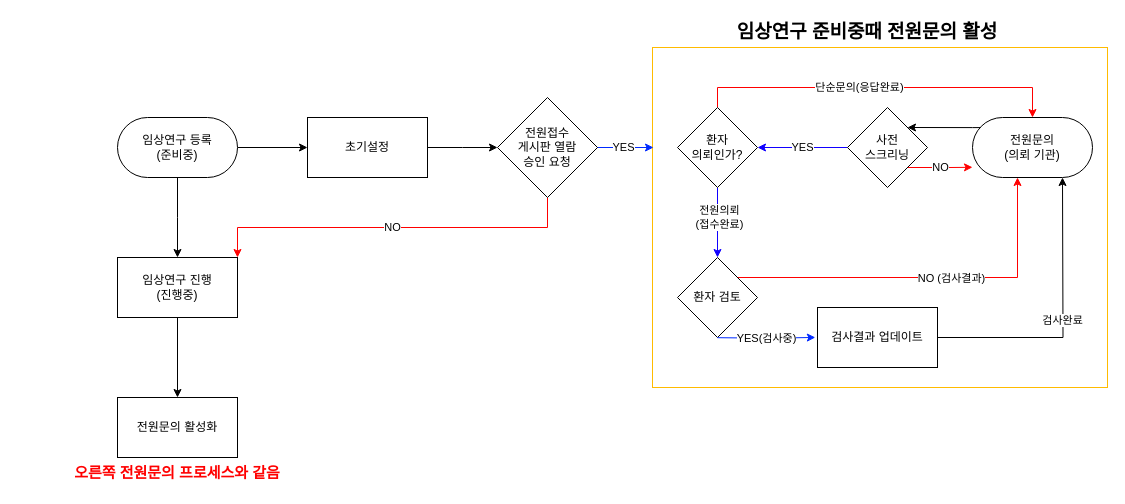
Mark1237200/Projects keeps this draw.io diagram as page "Process-간단" (2 of 2) of Algo/withSystem.drawio. Above is the earlier version. Source tidied: cells renumbered, new cells numbered last; positions are measured from the earlier drawing's top-left corner, leaving out a move shared by most shapes. Both pictures are drawn from the tidied source at 100%, with x=0, y=0 at pixel (17, 17).
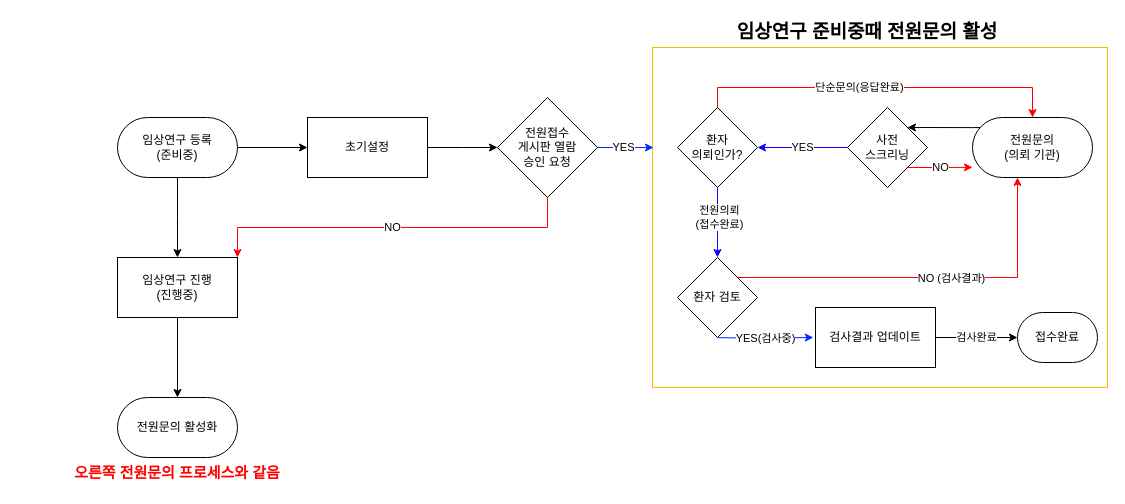
The same page after the edit.

What changed in the source:
```diff
@@
-    <mxCell id="24" value="검사완료" style="edgeStyle=orthogonalEdgeStyle;rounded=0;jettySize=auto;html=1;exitX=1;exitY=0.5;exitDx=0;exitDy=0;entryX=0.75;entryY=1;entryDx=0;entryDy=0;" parent="1" edge="1" source="25">
+    <mxCell id="24" value="검사완료" style="edgeStyle=orthogonalEdgeStyle;rounded=0;jettySize=auto;html=1;exitX=1;exitY=0.5;exitDx=0;exitDy=0;" parent="1" edge="1" source="25">
       <mxGeometry relative="1" as="geometry">
-        <mxPoint x="1045" y="160" as="targetPoint" />
+        <mxPoint x="1000" y="320" as="targetPoint" />
       </mxGeometry>
     </mxCell>
     <mxCell id="25" value="검사결과 업데이트" style="whiteSpace=wrap;html=1;rounded=0;" parent="1" vertex="1">
-      <mxGeometry x="800" y="290" width="120" height="60" as="geometry" />
+      <mxGeometry x="798" y="290" width="120" height="60" as="geometry" />
     </mxCell>
@@
-    <mxCell id="30" value="전원문의 활성화" style="whiteSpace=wrap;html=1;rounded=0;" parent="1" vertex="1">
+    <mxCell id="30" value="전원문의 활성화" style="whiteSpace=wrap;html=1;rounded=1;arcSize=50;" parent="1" vertex="1">
       <mxGeometry x="100" y="380" width="120" height="60" as="geometry" />
     </mxCell>
@@
+    <mxCell id="32" value="접수완료" style="rounded=1;whiteSpace=wrap;html=1;arcSize=50;" parent="1" vertex="1">
+      <mxGeometry x="1000" y="295" width="80" height="50" as="geometry" />
+    </mxCell>
```
